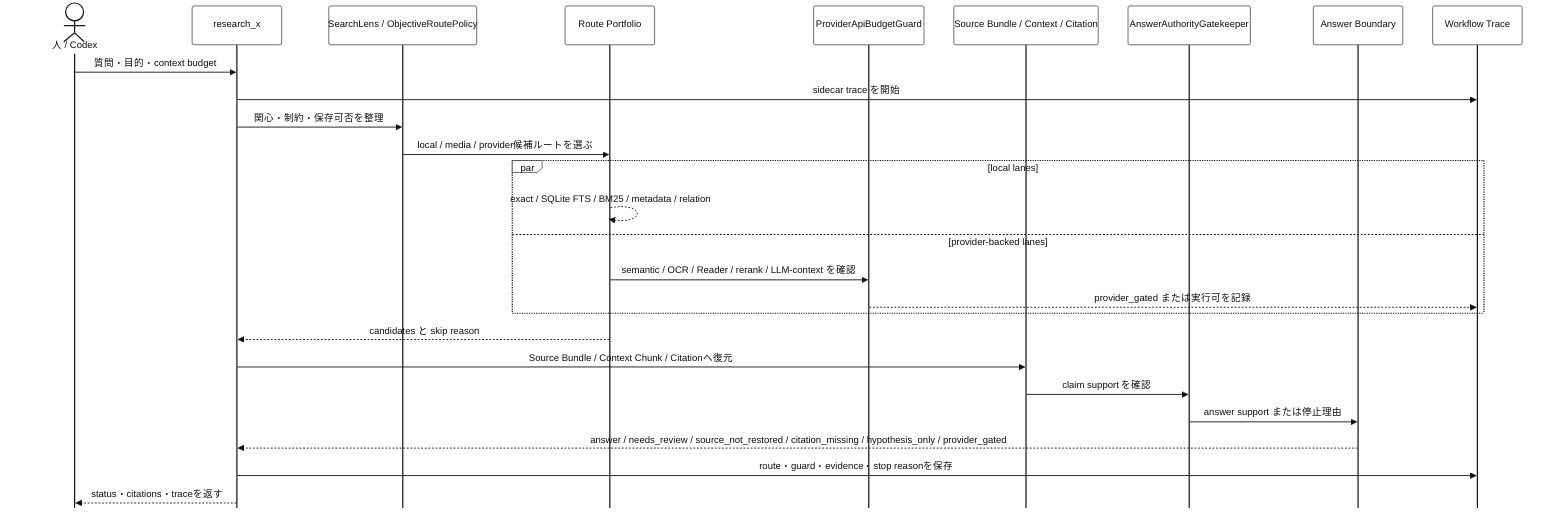
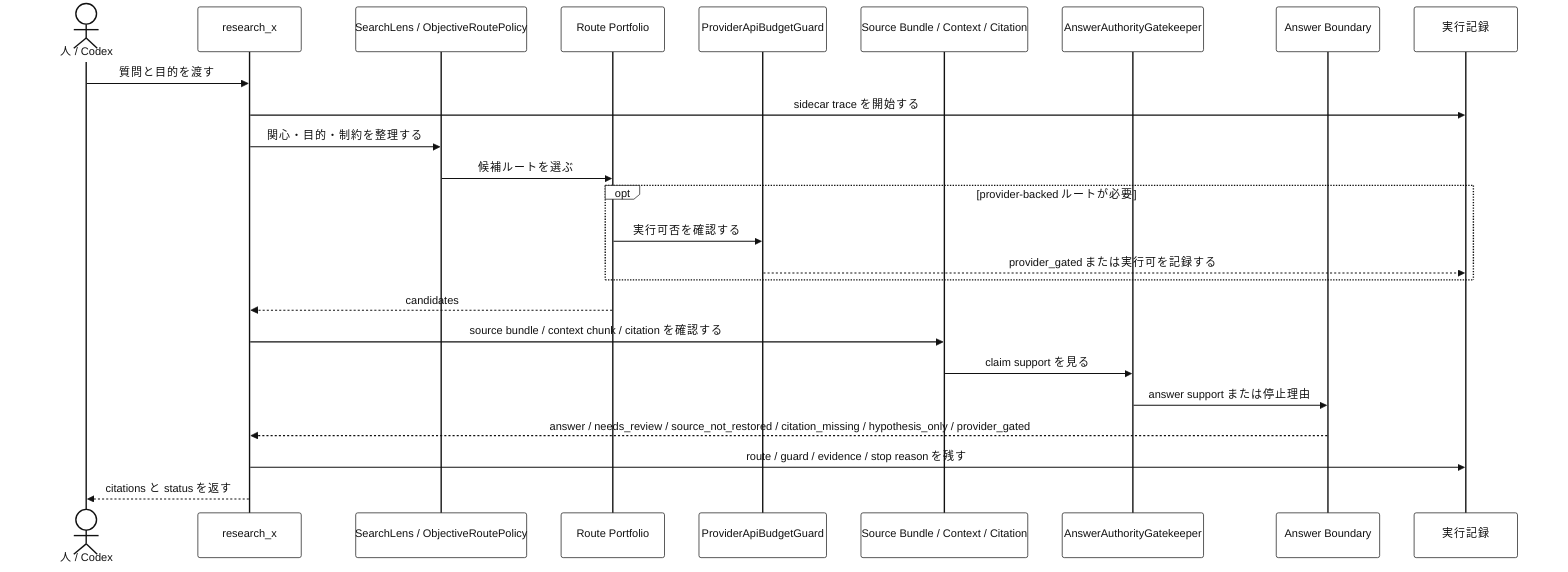
- %%{init: {"theme":"base","sequence":{"mirrorActors":false},"themeVariables":{"background":"#ffffff","primaryColor":"#ffffff","primaryBorderColor":"#111111","primaryTextColor":"#111111","secondaryColor":"#ffffff","secondaryBorderColor":"#111111","secondaryTextColor":"#111111","tertiaryColor":"#ffffff","tertiaryBorderColor":"#111111","tertiaryTextColor":"#111111","lineColor":"#111111","textColor":"#111111","mainBkg":"#ffffff","secondBkg":"#ffffff","actorBkg":"#ffffff","actorBorder":"#111111","actorTextColor":"#111111","activationBkgColor":"#ffffff","activationBorderColor":"#111111","noteBkgColor":"#ffffff","noteBorderColor":"#111111","labelBoxBkgColor":"#ffffff","labelBoxBorderColor":"#111111","signalColor":"#111111","signalTextColor":"#111111","loopTextColor":"#111111"}}}%%
+ %%{init: {"theme":"base","themeVariables":{"background":"#ffffff","primaryColor":"#ffffff","primaryBorderColor":"#111111","primaryTextColor":"#111111","secondaryColor":"#ffffff","secondaryBorderColor":"#111111","secondaryTextColor":"#111111","tertiaryColor":"#ffffff","tertiaryBorderColor":"#111111","tertiaryTextColor":"#111111","lineColor":"#111111","textColor":"#111111","mainBkg":"#ffffff","secondBkg":"#ffffff","actorBkg":"#ffffff","actorBorder":"#111111","actorTextColor":"#111111","activationBkgColor":"#ffffff","activationBorderColor":"#111111","noteBkgColor":"#ffffff","noteBorderColor":"#111111","labelBoxBkgColor":"#ffffff","labelBoxBorderColor":"#111111","signalColor":"#111111","signalTextColor":"#111111","loopTextColor":"#111111"}}}%%
sequenceDiagram
-   %% 現状の1回の memory query シーケンス図: Mermaid UML sequenceDiagramで相互作用を見る
+   %% 現状の1回の memory query シーケンス図: 1回の質問が回答か停止理由になるまでを見る

  actor User as 人 / Codex
  participant RX as research_x
  participant Policy as SearchLens / ObjectiveRoutePolicy
  participant Routes as Route Portfolio
  participant Guard as ProviderApiBudgetGuard
  participant Evidence as Source Bundle / Context / Citation
  participant Authority as AnswerAuthorityGatekeeper
  participant Boundary as Answer Boundary
-   participant Trace as Workflow Trace
+   participant Trace as 実行記録

-   User->>RX: 質問・目的・context budget
-   RX->>Trace: sidecar trace を開始
-   RX->>Policy: 関心・制約・保存可否を整理
-   Policy->>Routes: local / media / provider候補ルートを選ぶ
+   User->>RX: 質問と目的を渡す
+   RX->>Trace: sidecar trace を開始する
+   RX->>Policy: 関心・目的・制約を整理する
+   Policy->>Routes: 候補ルートを選ぶ

-   par local lanes
-     Routes-->>Routes: exact / SQLite FTS / BM25 / metadata / relation
-   and provider-backed lanes
-     Routes->>Guard: semantic / OCR / Reader / rerank / LLM-context を確認
-     Guard-->>Trace: provider_gated または実行可を記録
+   opt provider-backed ルートが必要
+     Routes->>Guard: 実行可否を確認する
+     Guard-->>Trace: provider_gated または実行可を記録する
  end

-   Routes-->>RX: candidates と skip reason
-   RX->>Evidence: Source Bundle / Context Chunk / Citationへ復元
-   Evidence->>Authority: claim support を確認
+   Routes-->>RX: candidates
+   RX->>Evidence: source bundle / context chunk / citation を確認する
+   Evidence->>Authority: claim support を見る
  Authority->>Boundary: answer support または停止理由
  Boundary-->>RX: answer / needs_review / source_not_restored / citation_missing / hypothesis_only / provider_gated
-   RX->>Trace: route・guard・evidence・stop reasonを保存
-   RX-->>User: status・citations・traceを返す
+   RX->>Trace: route / guard / evidence / stop reason を残す
+   RX-->>User: citations と status を返す
